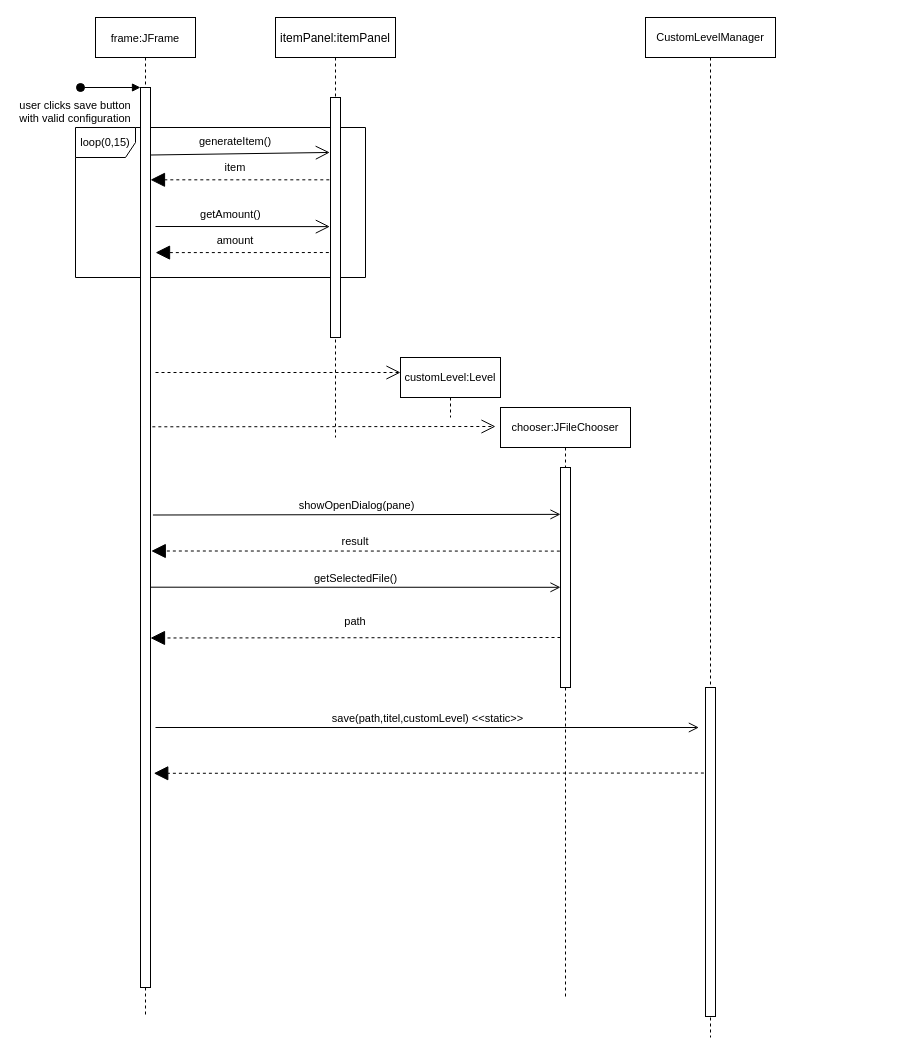
Before: Squenzdiagramm.drawio in CaroReutin/Teamprojekt, a draw.io diagram. Source tidied: cells renumbered, new cells numbered last; positions are measured from the earlier drawing's top-left corner, leaving out a move shared by most shapes. Both pictures are drawn from the tidied source at 100%, with x=0, y=0 at pixel (75, 17).
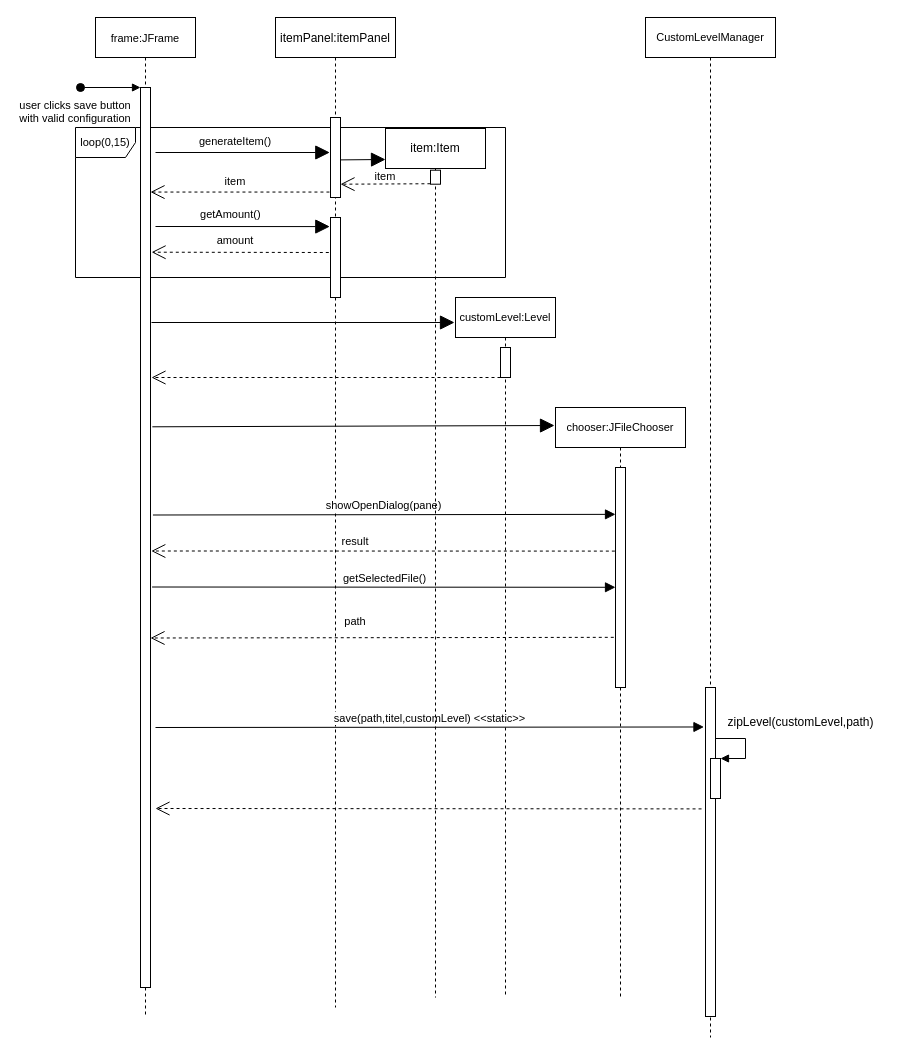
Above is the later version.

Unchanged cells that the change refers to:
```xml
<mxCell id="3" value="frame:JFrame" style="shape=umlLifeline;perimeter=lifelinePerimeter;rounded=0;shadow=0;strokeWidth=1;fontSize=11;" parent="1" vertex="1">
  <mxGeometry x="20" width="100" height="1000" as="geometry" />
</mxCell>
<mxCell id="4" style="points=[];perimeter=orthogonalPerimeter;rounded=0;shadow=0;strokeWidth=1;" parent="3" vertex="1">
  <mxGeometry x="45" y="70" width="10" height="900" as="geometry" />
</mxCell>
<mxCell id="20" style="html=1;points=[];perimeter=orthogonalPerimeter;fontSize=11;fillColor=default;" parent="19" vertex="1">
  <mxGeometry x="60" y="60" width="10" height="220" as="geometry" />
</mxCell>
<mxCell id="27" value="CustomLevelManager" style="shape=umlLifeline;perimeter=lifelinePerimeter;whiteSpace=wrap;html=1;fontSize=11;fillColor=none;" parent="1" vertex="1">
  <mxGeometry x="570" width="130" height="1020" as="geometry" />
</mxCell>
<mxCell id="28" style="html=1;points=[];perimeter=orthogonalPerimeter;fontSize=11;fillColor=default;" parent="27" vertex="1">
  <mxGeometry x="60" y="670" width="10" height="329" as="geometry" />
</mxCell>
```

Diff of the diagram source:
```diff
@@
     <mxCell id="2" value="loop(0,15)" style="shape=umlFrame;whiteSpace=wrap;html=1;fontSize=11;fillColor=none;" parent="1" vertex="1">
-      <mxGeometry y="110" width="290" height="150" as="geometry" />
+      <mxGeometry y="110" width="430" height="150" as="geometry" />
     </mxCell>
@@
-    <mxCell id="6" style="endArrow=block;endFill=1;endSize=12;html=1;rounded=0;fontSize=11;entryX=0.276;entryY=0.834;entryDx=0;entryDy=0;entryPerimeter=0;exitX=-0.065;exitY=0.38;exitDx=0;exitDy=0;exitPerimeter=0;dashed=1;" parent="3" edge="1">
+    <mxCell id="6" style="endArrow=open;endFill=0;endSize=12;html=1;rounded=0;fontSize=11;entryX=0.276;entryY=0.834;entryDx=0;entryDy=0;entryPerimeter=0;exitX=-0.173;exitY=0.772;exitDx=0;exitDy=0;exitPerimeter=0;dashed=1;" parent="3" edge="1" source="20">
       <mxGeometry relative="1" as="geometry">
-        <mxPoint x="471" y="620" as="sourcePoint" />
         <mxPoint x="55" y="620.5" as="targetPoint" />
       </mxGeometry>
     </mxCell>
     <mxCell id="7" value="itemPanel:itemPanel" style="shape=umlLifeline;perimeter=lifelinePerimeter;rounded=0;shadow=0;strokeWidth=1;" parent="1" vertex="1">
-      <mxGeometry x="200" width="120" height="420" as="geometry" />
+      <mxGeometry x="200" width="120" height="990" as="geometry" />
     </mxCell>
-    <mxCell id="8" style="points=[];perimeter=orthogonalPerimeter;rounded=0;shadow=0;strokeWidth=1;" parent="7" vertex="1">
-      <mxGeometry x="55" y="80" width="10" height="240" as="geometry" />
-    </mxCell>
+    <mxCell id="31" style="html=1;points=[];perimeter=orthogonalPerimeter;" parent="7" vertex="1">
+      <mxGeometry x="55" y="100" width="10" height="80" as="geometry" />
+    </mxCell>
+    <mxCell id="32" style="html=1;perimeter=orthogonalPerimeter;" parent="7" vertex="1">
+      <mxGeometry x="55" y="200" width="10" height="80" as="geometry" />
+    </mxCell>
-    <mxCell id="9" style="endArrow=open;endFill=1;endSize=12;html=1;rounded=0;fontSize=11;exitX=1.044;exitY=0.075;exitDx=0;exitDy=0;exitPerimeter=0;entryX=-0.071;entryY=0.229;entryDx=0;entryDy=0;entryPerimeter=0;" parent="1" edge="1" source="4" target="8">
-      <mxGeometry relative="1" as="geometry" />
+    <mxCell id="9" style="endArrow=block;endFill=1;endSize=12;html=1;rounded=0;fontSize=11;entryX=-0.071;entryY=0.229;entryDx=0;entryDy=0;entryPerimeter=0;" parent="1" edge="1">
+      <mxGeometry relative="1" as="geometry">
+        <mxPoint x="80" y="135" as="sourcePoint" />
+        <mxPoint x="254.3" y="135" as="targetPoint" />
+      </mxGeometry>
     </mxCell>
@@
-    <mxCell id="11" style="endArrow=block;endFill=1;endSize=12;html=1;rounded=0;fontSize=11;exitX=-0.119;exitY=0.343;exitDx=0;exitDy=0;exitPerimeter=0;dashed=1;" parent="1" edge="1" source="8" target="4">
+    <mxCell id="11" style="endArrow=open;endFill=0;endSize=12;html=1;rounded=0;fontSize=11;exitX=-0.105;exitY=0.932;exitDx=0;exitDy=0;exitPerimeter=0;dashed=1;" parent="1" edge="1" source="31" target="4">
       <mxGeometry relative="1" as="geometry" />
     </mxCell>
     <mxCell id="12" value="item" style="text;align=center;fontStyle=0;verticalAlign=middle;spacingLeft=3;spacingRight=3;strokeColor=none;fontSize=11;fillColor=none;" parent="1" vertex="1">
-      <mxGeometry x="120" y="136" width="80" height="26" as="geometry" />
+      <mxGeometry x="120" y="150" width="80" height="26" as="geometry" />
     </mxCell>
-    <mxCell id="13" style="endArrow=open;endFill=1;endSize=12;html=1;rounded=0;fontSize=11;entryX=-0.067;entryY=0.538;entryDx=0;entryDy=0;entryPerimeter=0;" parent="1" edge="1" target="8">
+    <mxCell id="13" style="endArrow=block;endFill=1;endSize=12;html=1;rounded=0;fontSize=11;entryX=-0.067;entryY=0.538;entryDx=0;entryDy=0;entryPerimeter=0;" parent="1" edge="1">
       <mxGeometry relative="1" as="geometry">
         <mxPoint x="80" y="209" as="sourcePoint" />
+        <mxPoint x="254.3" y="209.1" as="targetPoint" />
       </mxGeometry>
     </mxCell>
@@
-    <mxCell id="15" style="endArrow=block;endFill=1;endSize=12;html=1;rounded=0;fontSize=11;exitX=-0.167;exitY=0.646;exitDx=0;exitDy=0;exitPerimeter=0;entryX=0.276;entryY=0.834;entryDx=0;entryDy=0;entryPerimeter=0;dashed=1;" parent="1" edge="1" source="8" target="2">
-      <mxGeometry relative="1" as="geometry" />
+    <mxCell id="15" style="endArrow=open;endFill=0;endSize=12;html=1;rounded=0;fontSize=11;exitX=-0.167;exitY=0.646;exitDx=0;exitDy=0;exitPerimeter=0;entryX=1.107;entryY=0.183;entryDx=0;entryDy=0;entryPerimeter=0;dashed=1;" parent="1" edge="1" target="4">
+      <mxGeometry relative="1" as="geometry">
+        <mxPoint x="253.3" y="235" as="sourcePoint" />
+      </mxGeometry>
     </mxCell>
@@
-    <mxCell id="17" style="endArrow=open;endFill=1;endSize=12;html=1;rounded=0;fontSize=11;entryX=0;entryY=0.5;entryDx=0;entryDy=0;dashed=1;" parent="1" edge="1">
+    <mxCell id="17" style="endArrow=block;endFill=1;endSize=12;html=1;rounded=0;fontSize=11;entryX=0;entryY=0.5;entryDx=0;entryDy=0;" parent="1" edge="1">
       <mxGeometry relative="1" as="geometry">
-        <mxPoint x="80" y="355" as="sourcePoint" />
-        <mxPoint x="325" y="355" as="targetPoint" />
+        <mxPoint x="76" y="305" as="sourcePoint" />
+        <mxPoint x="379" y="305" as="targetPoint" />
       </mxGeometry>
     </mxCell>
     <mxCell id="18" value="customLevel:Level" style="shape=umlLifeline;perimeter=lifelinePerimeter;whiteSpace=wrap;html=1;fontSize=11;fillColor=none;" parent="1" vertex="1">
-      <mxGeometry x="325" y="340" width="100" height="60" as="geometry" />
+      <mxGeometry x="380" y="280" width="100" height="700" as="geometry" />
     </mxCell>
+    <mxCell id="33" style="html=1;perimeter=orthogonalPerimeter;" parent="18" vertex="1">
+      <mxGeometry x="45" y="50" width="10" height="30" as="geometry" />
+    </mxCell>
     <mxCell id="19" value="chooser:JFileChooser" style="shape=umlLifeline;perimeter=lifelinePerimeter;whiteSpace=wrap;html=1;fontSize=11;fillColor=none;" parent="1" vertex="1">
-      <mxGeometry x="425" y="390" width="130" height="590" as="geometry" />
+      <mxGeometry x="480" y="390" width="130" height="590" as="geometry" />
     </mxCell>
@@
-    <mxCell id="21" value="getSelectedFile()" style="html=1;verticalAlign=bottom;endArrow=open;endSize=8;rounded=0;fontSize=11;entryX=0;entryY=0.213;entryDx=0;entryDy=0;entryPerimeter=0;" parent="19" edge="1">
+    <mxCell id="21" value="getSelectedFile()" style="html=1;verticalAlign=bottom;endArrow=block;endSize=8;rounded=0;fontSize=11;entryX=0;entryY=0.213;entryDx=0;entryDy=0;entryPerimeter=0;endFill=1;exitX=1.158;exitY=0.555;exitDx=0;exitDy=0;exitPerimeter=0;" parent="19" edge="1" source="4">
       <mxGeometry relative="1" as="geometry">
-        <mxPoint x="-350" y="179.7" as="sourcePoint" />
         <mxPoint x="60" y="179.8" as="targetPoint" />
       </mxGeometry>
     </mxCell>
-    <mxCell id="22" value="showOpenDialog(pane)" style="html=1;verticalAlign=bottom;endArrow=open;endSize=8;rounded=0;fontSize=11;entryX=0;entryY=0.213;entryDx=0;entryDy=0;entryPerimeter=0;exitX=1.244;exitY=0.475;exitDx=0;exitDy=0;exitPerimeter=0;" parent="1" edge="1" source="4" target="20">
+    <mxCell id="22" value="showOpenDialog(pane)" style="html=1;verticalAlign=bottom;endArrow=block;endSize=8;rounded=0;fontSize=11;entryX=0;entryY=0.213;entryDx=0;entryDy=0;entryPerimeter=0;exitX=1.244;exitY=0.475;exitDx=0;exitDy=0;exitPerimeter=0;endFill=1;" parent="1" edge="1" source="4" target="20">
       <mxGeometry relative="1" as="geometry" />
     </mxCell>
-    <mxCell id="23" style="endArrow=open;endFill=1;endSize=12;html=1;rounded=0;fontSize=11;dashed=1;exitX=1.184;exitY=0.377;exitDx=0;exitDy=0;exitPerimeter=0;" parent="1" edge="1" source="4">
+    <mxCell id="23" style="endArrow=block;endFill=1;endSize=12;html=1;rounded=0;fontSize=11;exitX=1.184;exitY=0.377;exitDx=0;exitDy=0;exitPerimeter=0;" parent="1" edge="1" source="4">
       <mxGeometry relative="1" as="geometry">
-        <mxPoint x="420" y="409" as="targetPoint" />
+        <mxPoint x="479" y="408" as="targetPoint" />
       </mxGeometry>
     </mxCell>
-    <mxCell id="24" style="endArrow=block;endFill=1;endSize=12;html=1;rounded=0;fontSize=11;entryX=1.078;entryY=0.515;entryDx=0;entryDy=0;entryPerimeter=0;exitX=-0.065;exitY=0.38;exitDx=0;exitDy=0;exitPerimeter=0;dashed=1;" parent="1" edge="1" source="20" target="4">
+    <mxCell id="24" style="endArrow=open;endFill=0;endSize=12;html=1;rounded=0;fontSize=11;entryX=1.078;entryY=0.515;entryDx=0;entryDy=0;entryPerimeter=0;exitX=-0.065;exitY=0.38;exitDx=0;exitDy=0;exitPerimeter=0;dashed=1;" parent="1" edge="1" source="20" target="4">
       <mxGeometry relative="1" as="geometry" />
     </mxCell>
@@
+    <mxCell id="34" style="html=1;perimeter=orthogonalPerimeter;" parent="27" vertex="1">
+      <mxGeometry x="65" y="741" width="10" height="40" as="geometry" />
+    </mxCell>
+    <mxCell id="35" style="edgeStyle=orthogonalEdgeStyle;html=1;align=left;spacingLeft=2;endArrow=block;rounded=0;entryX=1;entryY=0;" parent="27" edge="1">
+      <mxGeometry relative="1" as="geometry">
+        <mxPoint x="70" y="721" as="sourcePoint" />
+        <mxPoint x="75" y="741" as="targetPoint" />
+        <Array as="points">
+          <mxPoint x="100" y="721" />
+        </Array>
+      </mxGeometry>
+    </mxCell>
-    <mxCell id="29" value="save(path,titel,customLevel) &amp;lt;&amp;lt;static&amp;gt;&amp;gt;" style="html=1;verticalAlign=bottom;endArrow=open;endSize=8;rounded=0;fontSize=11;" parent="1" edge="1">
+    <mxCell id="29" value="save(path,titel,customLevel) &amp;lt;&amp;lt;static&amp;gt;&amp;gt;" style="html=1;verticalAlign=bottom;endArrow=block;endSize=8;rounded=0;fontSize=11;endFill=1;entryX=-0.154;entryY=0.12;entryDx=0;entryDy=0;entryPerimeter=0;" parent="1" edge="1" target="28">
       <mxGeometry relative="1" as="geometry">
         <mxPoint x="80" y="710" as="sourcePoint" />
-        <mxPoint x="623.4" y="710" as="targetPoint" />
       </mxGeometry>
     </mxCell>
-    <mxCell id="30" style="endArrow=block;endFill=1;endSize=12;html=1;rounded=0;fontSize=11;entryX=1.327;entryY=0.762;entryDx=0;entryDy=0;entryPerimeter=0;exitX=-0.16;exitY=0.26;exitDx=0;exitDy=0;exitPerimeter=0;dashed=1;" parent="1" edge="1" source="28" target="4">
-      <mxGeometry relative="1" as="geometry" />
+    <mxCell id="30" style="endArrow=open;endFill=0;endSize=12;html=1;rounded=0;fontSize=11;exitX=-0.396;exitY=0.369;exitDx=0;exitDy=0;exitPerimeter=0;dashed=1;" parent="1" edge="1" source="28">
+      <mxGeometry relative="1" as="geometry">
+        <mxPoint x="80" y="791" as="targetPoint" />
+      </mxGeometry>
     </mxCell>
+    <mxCell id="36" style="endArrow=open;dashed=1;endFill=0;endSize=12;html=1;rounded=0;" parent="1" edge="1">
+      <mxGeometry relative="1" as="geometry">
+        <mxPoint x="425" y="360" as="sourcePoint" />
+        <mxPoint x="76" y="360" as="targetPoint" />
+      </mxGeometry>
+    </mxCell>
+    <mxCell id="37" value="item:Item" style="shape=umlLifeline;perimeter=lifelinePerimeter;whiteSpace=wrap;html=1;" parent="1" vertex="1">
+      <mxGeometry x="310" y="111" width="100" height="869" as="geometry" />
+    </mxCell>
+    <mxCell id="38" style="html=1;points=[];perimeter=orthogonalPerimeter;" parent="37" vertex="1">
+      <mxGeometry x="45" y="41.7" width="10" height="14" as="geometry" />
+    </mxCell>
+    <mxCell id="39" style="endArrow=open;endFill=0;endSize=12;html=1;rounded=0;fontSize=11;dashed=1;exitX=-0.008;exitY=0.967;exitDx=0;exitDy=0;exitPerimeter=0;" parent="37" edge="1" source="38">
+      <mxGeometry relative="1" as="geometry">
+        <mxPoint x="-45" y="55.7" as="targetPoint" />
+      </mxGeometry>
+    </mxCell>
+    <mxCell id="40" style="endArrow=block;endFill=1;endSize=12;html=1;rounded=0;fontSize=11;exitX=0.957;exitY=0.53;exitDx=0;exitDy=0;exitPerimeter=0;" parent="1" edge="1" source="31">
+      <mxGeometry relative="1" as="geometry">
+        <mxPoint x="310" y="142" as="targetPoint" />
+      </mxGeometry>
+    </mxCell>
+    <mxCell id="41" value="item" style="text;align=center;fontStyle=0;verticalAlign=middle;spacingLeft=3;spacingRight=3;strokeColor=none;fontSize=11;fillColor=none;" parent="1" vertex="1">
+      <mxGeometry x="270" y="145" width="80" height="26" as="geometry" />
+    </mxCell>
+    <mxCell id="42" value="zipLevel(customLevel,path)" style="text;html=1;align=center;verticalAlign=middle;strokeColor=none;fillColor=none;" parent="1" vertex="1">
+      <mxGeometry x="640" y="690" width="170" height="30" as="geometry" />
+    </mxCell>
```
